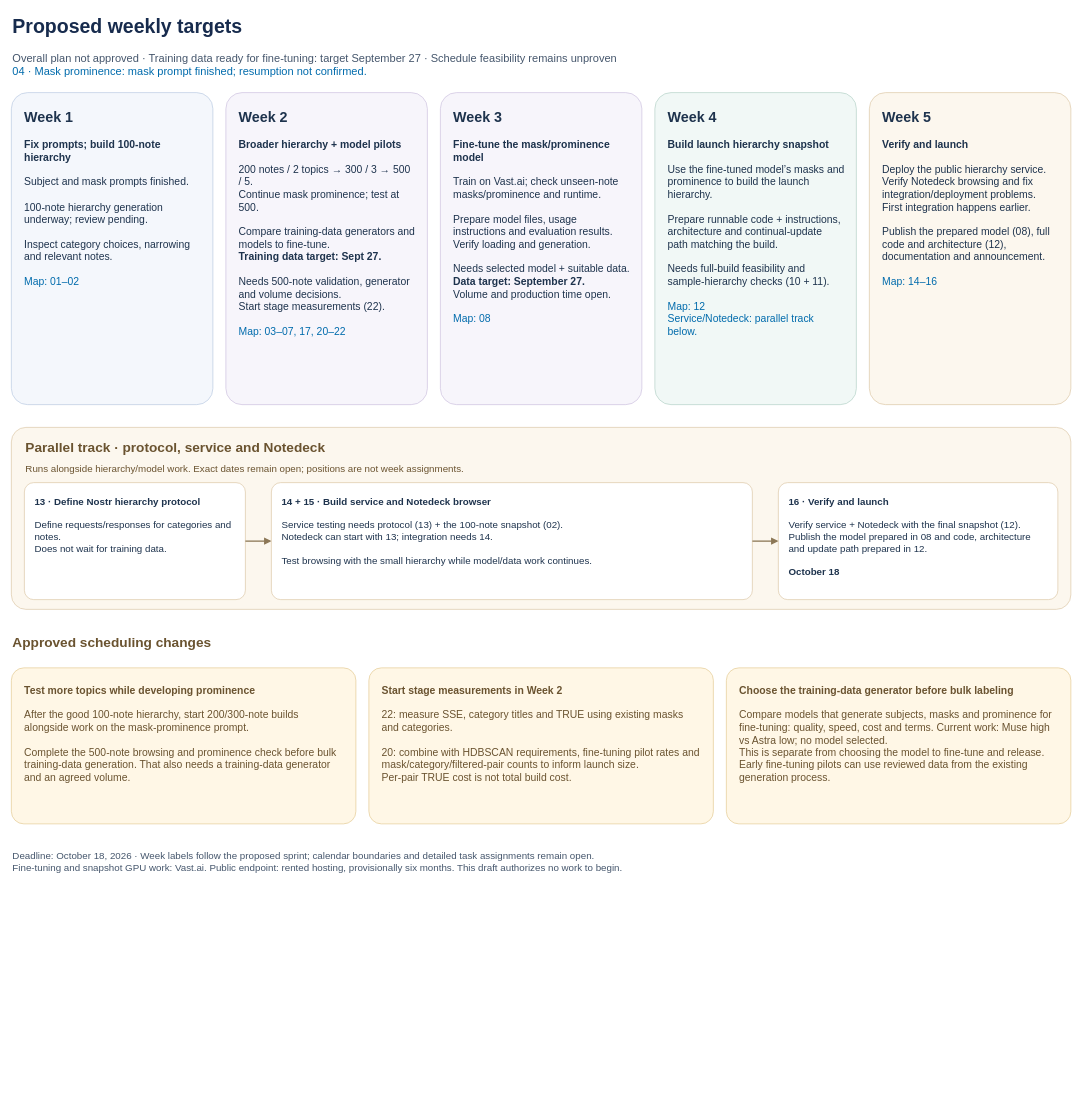
The draw.io diagram page "2 — Proposed weekly targets" (2 of 2) of docs/planning/october-18-release.drawio in kernelkind/oracle-research, before the edit. Source tidied: cells renumbered, new cells numbered last; positions are measured from the earlier drawing's top-left corner, leaving out a move shared by most shapes. Both pictures are drawn from the tidied source at 65%, with x=0, y=0 at pixel (11, 11).
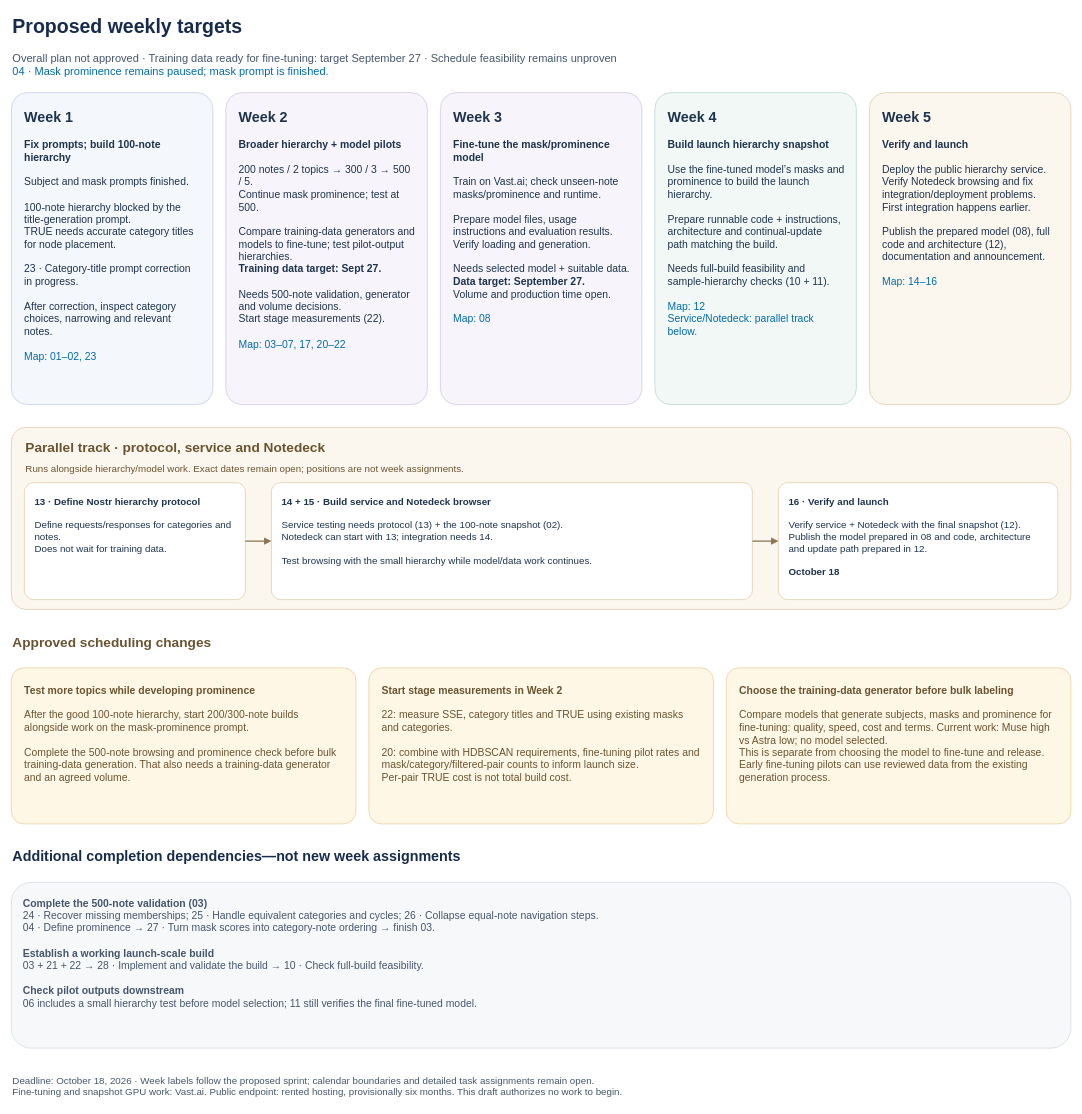
Above is the later version.

Commit message (it also covers changes not shown here):
Surface missing hierarchy work in the release dependency map

The edit, as a diff of the source:
```diff
@@
-    <mxCell id="3" value="Overall plan not approved · Training data ready for fine-tuning: target September 27 · Schedule feasibility remains unproven&lt;br&gt;&lt;font color=&quot;light-dark(#6b7788, #bac6d3)&quot;&gt;04 · Mask prominence: mask prompt finished; resumption not confirmed.&lt;/font&gt;" style="text;html=1;align=left;verticalAlign=middle;fontSize=17;fontColor=light-dark(#45566c, #bac6d3);" parent="1" vertex="1">
+    <mxCell id="3" value="Overall plan not approved · Training data ready for fine-tuning: target September 27 · Schedule feasibility remains unproven&lt;br&gt;&lt;font color=&quot;light-dark(#6b7788, #bac6d3)&quot;&gt;04 · Mask prominence remains paused; mask prompt is finished.&lt;/font&gt;" style="text;html=1;align=left;verticalAlign=middle;fontSize=17;fontColor=light-dark(#45566c, #bac6d3);" parent="1" vertex="1">
       <mxGeometry y="55" width="1600" height="55" as="geometry" />
     </mxCell>
-    <mxCell id="4" value="&lt;font style=&quot;font-size:22px&quot;&gt;&lt;b&gt;Week 1&lt;/b&gt;&lt;/font&gt;&lt;br&gt;&lt;br&gt;&lt;b&gt;Fix prompts; build 100-note hierarchy&lt;/b&gt;&lt;br&gt;&lt;br&gt;Subject and mask prompts finished.&lt;br&gt;&lt;br&gt;100-note hierarchy generation underway; review pending.&lt;br&gt;&lt;br&gt;Inspect category choices, narrowing and relevant notes.&lt;br&gt;&lt;br&gt;&lt;font color=&quot;light-dark(#6b7788, #bac6d3)&quot;&gt;Map: 01–02&lt;/font&gt;" style="rounded=1;arcSize=8;whiteSpace=wrap;html=1;fillColor=light-dark(#f4f7fc, #303c49);strokeColor=light-dark(#b7c8e0, #7c8da1);align=left;verticalAlign=top;spacing=20;fontSize=16;fontColor=light-dark(#1e334d, #e6edf3);" parent="1" vertex="1">
+    <mxCell id="4" value="&lt;font style=&quot;font-size:22px&quot;&gt;&lt;b&gt;Week 1&lt;/b&gt;&lt;/font&gt;&lt;br&gt;&lt;br&gt;&lt;b&gt;Fix prompts; build 100-note hierarchy&lt;/b&gt;&lt;br&gt;&lt;br&gt;Subject and mask prompts finished.&lt;br&gt;&lt;br&gt;100-note hierarchy blocked by the title-generation prompt.&lt;br&gt;TRUE needs accurate category titles for node placement.&lt;br&gt;&lt;br&gt;23 · Category-title prompt correction in progress.&lt;br&gt;&lt;br&gt;After correction, inspect category choices, narrowing and relevant notes.&lt;br&gt;&lt;br&gt;&lt;font color=&quot;light-dark(#6b7788, #bac6d3)&quot;&gt;Map: 01–02, 23&lt;/font&gt;" style="rounded=1;arcSize=8;whiteSpace=wrap;html=1;fillColor=light-dark(#f4f7fc, #303c49);strokeColor=light-dark(#b7c8e0, #7c8da1);align=left;verticalAlign=top;spacing=20;fontSize=16;fontColor=light-dark(#1e334d, #e6edf3);" parent="1" vertex="1">
       <mxGeometry y="125" width="310" height="480" as="geometry" />
     </mxCell>
-    <mxCell id="5" value="&lt;font style=&quot;font-size:22px&quot;&gt;&lt;b&gt;Week 2&lt;/b&gt;&lt;/font&gt;&lt;br&gt;&lt;br&gt;&lt;b&gt;Broader hierarchy + model pilots&lt;/b&gt;&lt;br&gt;&lt;br&gt;200 notes / 2 topics → 300 / 3 → 500 / 5.&lt;br&gt;Continue mask prominence; test at 500.&lt;br&gt;&lt;br&gt;Compare training-data generators and models to fine-tune.&lt;br&gt;&lt;b&gt;Training data target: Sept 27.&lt;/b&gt;&lt;br&gt;&lt;br&gt;Needs 500-note validation, generator and volume decisions.&lt;br&gt;Start stage measurements (22).&lt;br&gt;&lt;br&gt;&lt;font color=&quot;light-dark(#6b7788, #bac6d3)&quot;&gt;Map: 03–07, 17, 20–22&lt;/font&gt;" style="rounded=1;arcSize=8;whiteSpace=wrap;html=1;fillColor=light-dark(#f7f5fb, #303c49);strokeColor=light-dark(#cbbfdd, #7c8da1);align=left;verticalAlign=top;spacing=20;fontSize=16;fontColor=light-dark(#1e334d, #e6edf3);" parent="1" vertex="1">
+    <mxCell id="5" value="&lt;font style=&quot;font-size:22px&quot;&gt;&lt;b&gt;Week 2&lt;/b&gt;&lt;/font&gt;&lt;br&gt;&lt;br&gt;&lt;b&gt;Broader hierarchy + model pilots&lt;/b&gt;&lt;br&gt;&lt;br&gt;200 notes / 2 topics → 300 / 3 → 500 / 5.&lt;br&gt;Continue mask prominence; test at 500.&lt;br&gt;&lt;br&gt;Compare training-data generators and models to fine-tune; test pilot-output hierarchies.&lt;br&gt;&lt;b&gt;Training data target: Sept 27.&lt;/b&gt;&lt;br&gt;&lt;br&gt;Needs 500-note validation, generator and volume decisions.&lt;br&gt;Start stage measurements (22).&lt;br&gt;&lt;br&gt;&lt;font color=&quot;light-dark(#6b7788, #bac6d3)&quot;&gt;Map: 03–07, 17, 20–22&lt;/font&gt;" style="rounded=1;arcSize=8;whiteSpace=wrap;html=1;fillColor=light-dark(#f7f5fb, #303c49);strokeColor=light-dark(#cbbfdd, #7c8da1);align=left;verticalAlign=top;spacing=20;fontSize=16;fontColor=light-dark(#1e334d, #e6edf3);" parent="1" vertex="1">
       <mxGeometry x="330" y="125" width="310" height="480" as="geometry" />
     </mxCell>
@@
+    <mxCell id="22" value="Additional completion dependencies—not new week assignments" style="text;html=1;align=left;verticalAlign=middle;fontSize=22;fontStyle=1;fontColor=light-dark(#172b4d, #e6edf3);" parent="1" vertex="1">
+      <mxGeometry y="1280" width="1630" height="40" as="geometry" />
+    </mxCell>
+    <mxCell id="23" value="&lt;b&gt;Complete the 500-note validation (03)&lt;/b&gt;&lt;br&gt;24 · Recover missing memberships; 25 · Handle equivalent categories and cycles; 26 · Collapse equal-note navigation steps.&lt;br&gt;04 · Define prominence → 27 · Turn mask scores into category-note ordering → finish 03.&lt;br&gt;&lt;br&gt;&lt;b&gt;Establish a working launch-scale build&lt;/b&gt;&lt;br&gt;03 + 21 + 22 → 28 · Implement and validate the build → 10 · Check full-build feasibility.&lt;br&gt;&lt;br&gt;&lt;b&gt;Check pilot outputs downstream&lt;/b&gt;&lt;br&gt;06 includes a small hierarchy test before model selection; 11 still verifies the final fine-tuned model." style="rounded=1;arcSize=12;whiteSpace=wrap;html=1;fillColor=light-dark(#f7f8fa, #303c49);strokeColor=light-dark(#cbd5e1, #7c8da1);fontColor=light-dark(#45566c, #e6edf3);strokeWidth=1;align=left;verticalAlign=top;spacing=18;fontSize=16;" parent="1" vertex="1">
+      <mxGeometry y="1340" width="1630" height="255" as="geometry" />
+    </mxCell>
     <mxCell id="21" value="Deadline: October 18, 2026 · Week labels follow the proposed sprint; calendar boundaries and detailed task assignments remain open.&lt;br&gt;Fine-tuning and snapshot GPU work: Vast.ai. Public endpoint: rented hosting, provisionally six months. This draft authorizes no work to begin." style="text;html=1;align=left;verticalAlign=middle;fontSize=15;fontColor=light-dark(#45566c, #bac6d3);" parent="1" vertex="1">
-      <mxGeometry y="1280" width="1630" height="55" as="geometry" />
+      <mxGeometry y="1625" width="1630" height="55" as="geometry" />
     </mxCell>
```
